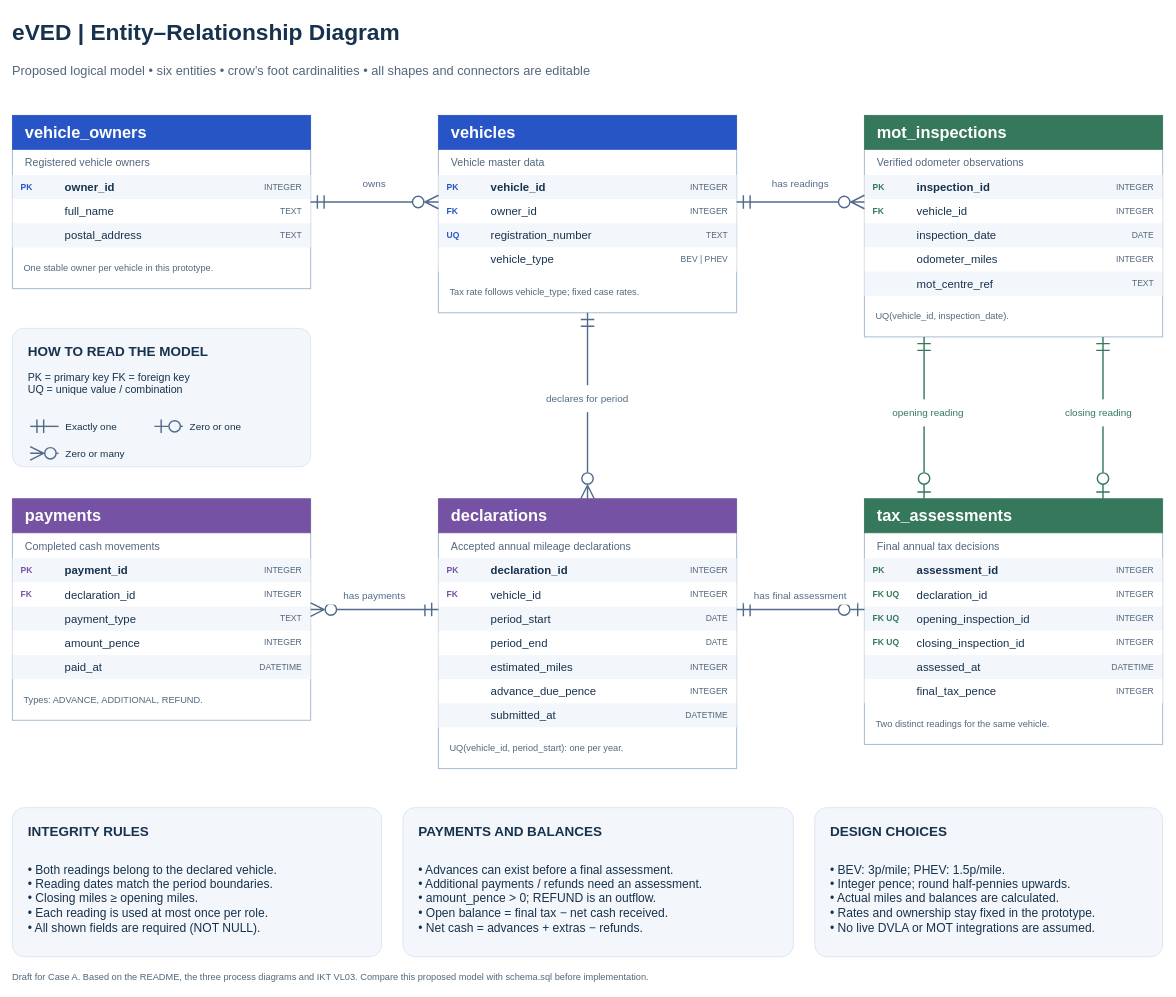
The draw.io diagram diagrams/er_diagram/eved_er_diagram.drawio in Mclement197/ikt-hsg-2026, before the edit. Source tidied: cells renumbered, new cells numbered last; positions are measured from the earlier drawing's top-left corner, leaving out a move shared by most shapes. Both pictures are drawn from the tidied source at 71%, with x=0, y=0 at pixel (12, 12).
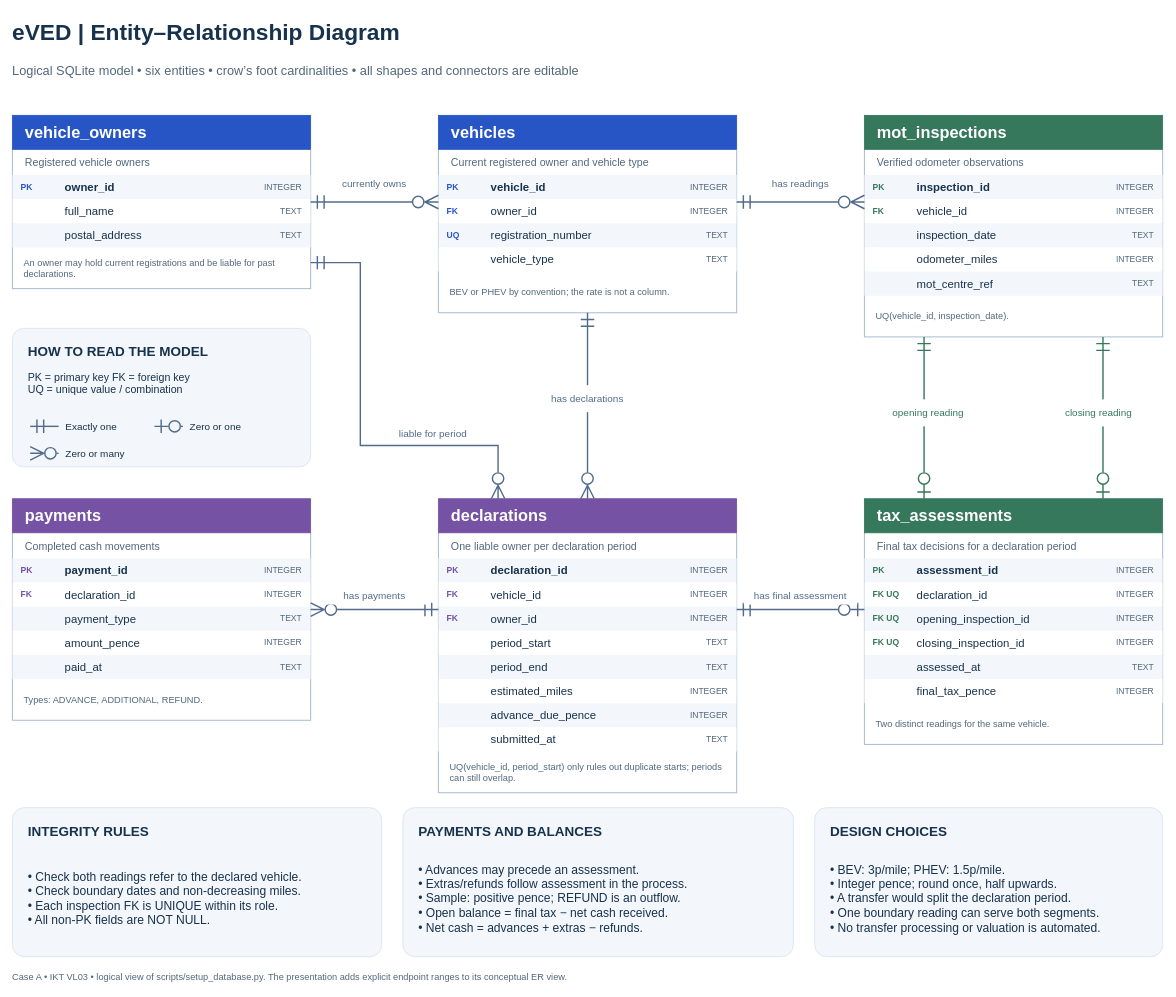
After the change.

Unchanged cells that the change refers to:
```xml
<mxCell id="6" style="group;" parent="1" vertex="1">
  <mxGeometry y="145" width="420" height="244" as="geometry" />
</mxCell>
<mxCell id="24" style="group;" parent="1" vertex="1">
  <mxGeometry x="600" y="145" width="420" height="278" as="geometry" />
</mxCell>
<mxCell id="46" style="group;" parent="1" vertex="1">
  <mxGeometry x="1200" y="145" width="420" height="312" as="geometry" />
</mxCell>
<mxCell id="72" style="group;" parent="1" vertex="1">
  <mxGeometry y="685" width="420" height="312" as="geometry" />
</mxCell>
<mxCell id="132" style="group;" parent="1" vertex="1">
  <mxGeometry x="1200" y="685" width="420" height="346" as="geometry" />
</mxCell>
```

What changed in the source:
```diff
@@
-    <mxCell id="23" value="One stable owner per vehicle in this prototype." style="text;html=0;whiteSpace=wrap;fontFamily=Arial;fontSize=13;fontColor=#52677C;align=left;verticalAlign=middle;spacing=0;strokeColor=none;fillColor=none;" parent="6" vertex="1">
+    <mxCell id="23" value="An owner may hold current registrations and be liable for past declarations." style="text;html=0;whiteSpace=wrap;fontFamily=Arial;fontSize=13;fontColor=#52677C;align=left;verticalAlign=middle;spacing=0;strokeColor=none;fillColor=none;" parent="6" vertex="1">
       <mxGeometry x="16" y="194" width="388" height="42" as="geometry" />
     </mxCell>
@@
-    <mxCell id="28" value="Vehicle master data" style="text;html=0;whiteSpace=wrap;fontFamily=Arial;fontSize=15;fontColor=#52677C;align=left;verticalAlign=middle;spacing=0;strokeColor=none;fillColor=none;" parent="24" vertex="1">
+    <mxCell id="28" value="Current registered owner and vehicle type" style="text;html=0;whiteSpace=wrap;fontFamily=Arial;fontSize=15;fontColor=#52677C;align=left;verticalAlign=middle;spacing=0;strokeColor=none;fillColor=none;" parent="24" vertex="1">
       <mxGeometry x="18" y="49" width="384" height="33" as="geometry" />
     </mxCell>
@@
-    <mxCell id="44" value="BEV | PHEV" style="text;html=0;whiteSpace=wrap;fontFamily=Arial;fontSize=12;fontColor=#52677C;align=right;verticalAlign=middle;spacing=0;strokeColor=none;fillColor=none;" parent="24" vertex="1">
+    <mxCell id="44" value="TEXT" style="text;html=0;whiteSpace=wrap;fontFamily=Arial;fontSize=12;fontColor=#52677C;align=right;verticalAlign=middle;spacing=0;strokeColor=none;fillColor=none;" parent="24" vertex="1">
       <mxGeometry x="317" y="188" width="91" height="30" as="geometry" />
     </mxCell>
-    <mxCell id="45" value="Tax rate follows vehicle_type; fixed case rates." style="text;html=0;whiteSpace=wrap;fontFamily=Arial;fontSize=13;fontColor=#52677C;align=left;verticalAlign=middle;spacing=0;strokeColor=none;fillColor=none;" parent="24" vertex="1">
+    <mxCell id="45" value="BEV or PHEV by convention; the rate is not a column." style="text;html=0;whiteSpace=wrap;fontFamily=Arial;fontSize=13;fontColor=#52677C;align=left;verticalAlign=middle;spacing=0;strokeColor=none;fillColor=none;" parent="24" vertex="1">
       <mxGeometry x="16" y="228" width="388" height="42" as="geometry" />
     </mxCell>
@@
-    <mxCell id="62" value="DATE" style="text;html=0;whiteSpace=wrap;fontFamily=Arial;fontSize=12;fontColor=#52677C;align=right;verticalAlign=middle;spacing=0;strokeColor=none;fillColor=none;" parent="46" vertex="1">
+    <mxCell id="62" value="TEXT" style="text;html=0;whiteSpace=wrap;fontFamily=Arial;fontSize=12;fontColor=#52677C;align=right;verticalAlign=middle;spacing=0;strokeColor=none;fillColor=none;" parent="46" vertex="1">
       <mxGeometry x="317" y="154" width="91" height="30" as="geometry" />
     </mxCell>
@@
-    <mxCell id="96" value="DATETIME" style="text;html=0;whiteSpace=wrap;fontFamily=Arial;fontSize=12;fontColor=#52677C;align=right;verticalAlign=middle;spacing=0;strokeColor=none;fillColor=none;" parent="72" vertex="1">
+    <mxCell id="96" value="TEXT" style="text;html=0;whiteSpace=wrap;fontFamily=Arial;fontSize=12;fontColor=#52677C;align=right;verticalAlign=middle;spacing=0;strokeColor=none;fillColor=none;" parent="72" vertex="1">
       <mxGeometry x="317" y="222" width="91" height="30" as="geometry" />
     </mxCell>
@@
     <mxCell id="98" style="group;" parent="1" vertex="1">
-      <mxGeometry x="600" y="685" width="420" height="380" as="geometry" />
+      <mxGeometry x="600" y="685" width="420" height="414" as="geometry" />
     </mxCell>
     <mxCell id="99" style="rounded=0;fillColor=#FFFFFF;strokeColor=#AEBFD3;strokeWidth=1.5;" parent="98" vertex="1">
-      <mxGeometry width="420" height="380" as="geometry" />
+      <mxGeometry width="420" height="414" as="geometry" />
     </mxCell>
@@
-    <mxCell id="102" value="Accepted annual mileage declarations" style="text;html=0;whiteSpace=wrap;fontFamily=Arial;fontSize=15;fontColor=#52677C;align=left;verticalAlign=middle;spacing=0;strokeColor=none;fillColor=none;" parent="98" vertex="1">
+    <mxCell id="102" value="One liable owner per declaration period" style="text;html=0;whiteSpace=wrap;fontFamily=Arial;fontSize=15;fontColor=#52677C;align=left;verticalAlign=middle;spacing=0;strokeColor=none;fillColor=none;" parent="98" vertex="1">
       <mxGeometry x="18" y="49" width="384" height="33" as="geometry" />
     </mxCell>
@@
-    <mxCell id="112" style="text;html=0;whiteSpace=wrap;fontFamily=Arial;fontSize=12;fontColor=#7652A4;align=left;verticalAlign=middle;spacing=0;strokeColor=none;fillColor=none;fontStyle=1;" parent="98" vertex="1">
+    <mxCell id="112" value="FK" style="text;html=0;whiteSpace=wrap;fontFamily=Arial;fontSize=12;fontColor=#7652A4;align=left;verticalAlign=middle;spacing=0;strokeColor=none;fillColor=none;fontStyle=1;" parent="98" vertex="1">
       <mxGeometry x="12" y="154" width="55" height="30" as="geometry" />
     </mxCell>
-    <mxCell id="113" value="period_start" style="text;html=0;whiteSpace=wrap;fontFamily=Arial;fontSize=16;fontColor=#17324D;align=left;verticalAlign=middle;spacing=0;strokeColor=none;fillColor=none;" parent="98" vertex="1">
+    <mxCell id="113" value="owner_id" style="text;html=0;whiteSpace=wrap;fontFamily=Arial;fontSize=16;fontColor=#17324D;align=left;verticalAlign=middle;spacing=0;strokeColor=none;fillColor=none;" parent="98" vertex="1">
       <mxGeometry x="74" y="154" width="239" height="30" as="geometry" />
     </mxCell>
-    <mxCell id="114" value="DATE" style="text;html=0;whiteSpace=wrap;fontFamily=Arial;fontSize=12;fontColor=#52677C;align=right;verticalAlign=middle;spacing=0;strokeColor=none;fillColor=none;" parent="98" vertex="1">
+    <mxCell id="114" value="INTEGER" style="text;html=0;whiteSpace=wrap;fontFamily=Arial;fontSize=12;fontColor=#52677C;align=right;verticalAlign=middle;spacing=0;strokeColor=none;fillColor=none;" parent="98" vertex="1">
       <mxGeometry x="317" y="154" width="91" height="30" as="geometry" />
     </mxCell>
@@
-    <mxCell id="117" value="period_end" style="text;html=0;whiteSpace=wrap;fontFamily=Arial;fontSize=16;fontColor=#17324D;align=left;verticalAlign=middle;spacing=0;strokeColor=none;fillColor=none;" parent="98" vertex="1">
+    <mxCell id="117" value="period_start" style="text;html=0;whiteSpace=wrap;fontFamily=Arial;fontSize=16;fontColor=#17324D;align=left;verticalAlign=middle;spacing=0;strokeColor=none;fillColor=none;" parent="98" vertex="1">
       <mxGeometry x="74" y="188" width="239" height="30" as="geometry" />
     </mxCell>
-    <mxCell id="118" value="DATE" style="text;html=0;whiteSpace=wrap;fontFamily=Arial;fontSize=12;fontColor=#52677C;align=right;verticalAlign=middle;spacing=0;strokeColor=none;fillColor=none;" parent="98" vertex="1">
+    <mxCell id="118" value="TEXT" style="text;html=0;whiteSpace=wrap;fontFamily=Arial;fontSize=12;fontColor=#52677C;align=right;verticalAlign=middle;spacing=0;strokeColor=none;fillColor=none;" parent="98" vertex="1">
       <mxGeometry x="317" y="188" width="91" height="30" as="geometry" />
     </mxCell>
@@
-    <mxCell id="121" value="estimated_miles" style="text;html=0;whiteSpace=wrap;fontFamily=Arial;fontSize=16;fontColor=#17324D;align=left;verticalAlign=middle;spacing=0;strokeColor=none;fillColor=none;" parent="98" vertex="1">
+    <mxCell id="121" value="period_end" style="text;html=0;whiteSpace=wrap;fontFamily=Arial;fontSize=16;fontColor=#17324D;align=left;verticalAlign=middle;spacing=0;strokeColor=none;fillColor=none;" parent="98" vertex="1">
       <mxGeometry x="74" y="222" width="239" height="30" as="geometry" />
     </mxCell>
-    <mxCell id="122" value="INTEGER" style="text;html=0;whiteSpace=wrap;fontFamily=Arial;fontSize=12;fontColor=#52677C;align=right;verticalAlign=middle;spacing=0;strokeColor=none;fillColor=none;" parent="98" vertex="1">
+    <mxCell id="122" value="TEXT" style="text;html=0;whiteSpace=wrap;fontFamily=Arial;fontSize=12;fontColor=#52677C;align=right;verticalAlign=middle;spacing=0;strokeColor=none;fillColor=none;" parent="98" vertex="1">
       <mxGeometry x="317" y="222" width="91" height="30" as="geometry" />
     </mxCell>
@@
-    <mxCell id="125" value="advance_due_pence" style="text;html=0;whiteSpace=wrap;fontFamily=Arial;fontSize=16;fontColor=#17324D;align=left;verticalAlign=middle;spacing=0;strokeColor=none;fillColor=none;" parent="98" vertex="1">
+    <mxCell id="125" value="estimated_miles" style="text;html=0;whiteSpace=wrap;fontFamily=Arial;fontSize=16;fontColor=#17324D;align=left;verticalAlign=middle;spacing=0;strokeColor=none;fillColor=none;" parent="98" vertex="1">
       <mxGeometry x="74" y="256" width="239" height="30" as="geometry" />
     </mxCell>
@@
-    <mxCell id="129" value="submitted_at" style="text;html=0;whiteSpace=wrap;fontFamily=Arial;fontSize=16;fontColor=#17324D;align=left;verticalAlign=middle;spacing=0;strokeColor=none;fillColor=none;" parent="98" vertex="1">
+    <mxCell id="129" value="advance_due_pence" style="text;html=0;whiteSpace=wrap;fontFamily=Arial;fontSize=16;fontColor=#17324D;align=left;verticalAlign=middle;spacing=0;strokeColor=none;fillColor=none;" parent="98" vertex="1">
       <mxGeometry x="74" y="290" width="239" height="30" as="geometry" />
     </mxCell>
-    <mxCell id="130" value="DATETIME" style="text;html=0;whiteSpace=wrap;fontFamily=Arial;fontSize=12;fontColor=#52677C;align=right;verticalAlign=middle;spacing=0;strokeColor=none;fillColor=none;" parent="98" vertex="1">
+    <mxCell id="130" value="INTEGER" style="text;html=0;whiteSpace=wrap;fontFamily=Arial;fontSize=12;fontColor=#52677C;align=right;verticalAlign=middle;spacing=0;strokeColor=none;fillColor=none;" parent="98" vertex="1">
       <mxGeometry x="317" y="290" width="91" height="30" as="geometry" />
     </mxCell>
+    <mxCell id="194" style="rounded=0;fillColor=#FFFFFF;strokeColor=none;" parent="98" vertex="1">
+      <mxGeometry y="322" width="420" height="34" as="geometry" />
+    </mxCell>
+    <mxCell id="195" style="text;html=0;whiteSpace=wrap;fontFamily=Arial;fontSize=12;fontColor=#7652A4;align=left;verticalAlign=middle;spacing=0;strokeColor=none;fillColor=none;fontStyle=1;" parent="98" vertex="1">
+      <mxGeometry x="12" y="324" width="55" height="30" as="geometry" />
+    </mxCell>
+    <mxCell id="196" value="submitted_at" style="text;html=0;whiteSpace=wrap;fontFamily=Arial;fontSize=16;fontColor=#17324D;align=left;verticalAlign=middle;spacing=0;strokeColor=none;fillColor=none;" parent="98" vertex="1">
+      <mxGeometry x="74" y="324" width="239" height="30" as="geometry" />
+    </mxCell>
+    <mxCell id="197" value="TEXT" style="text;html=0;whiteSpace=wrap;fontFamily=Arial;fontSize=12;fontColor=#52677C;align=right;verticalAlign=middle;spacing=0;strokeColor=none;fillColor=none;" parent="98" vertex="1">
+      <mxGeometry x="317" y="324" width="91" height="30" as="geometry" />
+    </mxCell>
-    <mxCell id="131" value="UQ(vehicle_id, period_start): one per year." style="text;html=0;whiteSpace=wrap;fontFamily=Arial;fontSize=13;fontColor=#52677C;align=left;verticalAlign=middle;spacing=0;strokeColor=none;fillColor=none;" parent="98" vertex="1">
-      <mxGeometry x="16" y="330" width="388" height="42" as="geometry" />
+    <mxCell id="131" value="UQ(vehicle_id, period_start) only rules out duplicate starts; periods can still overlap." style="text;html=0;whiteSpace=wrap;fontFamily=Arial;fontSize=13;fontColor=#52677C;align=left;verticalAlign=middle;spacing=0;strokeColor=none;fillColor=none;" parent="98" vertex="1">
+      <mxGeometry x="16" y="364" width="388" height="42" as="geometry" />
     </mxCell>
@@
-    <mxCell id="136" value="Final annual tax decisions" style="text;html=0;whiteSpace=wrap;fontFamily=Arial;fontSize=15;fontColor=#52677C;align=left;verticalAlign=middle;spacing=0;strokeColor=none;fillColor=none;" parent="132" vertex="1">
+    <mxCell id="136" value="Final tax decisions for a declaration period" style="text;html=0;whiteSpace=wrap;fontFamily=Arial;fontSize=15;fontColor=#52677C;align=left;verticalAlign=middle;spacing=0;strokeColor=none;fillColor=none;" parent="132" vertex="1">
       <mxGeometry x="18" y="49" width="384" height="33" as="geometry" />
     </mxCell>
@@
-    <mxCell id="156" value="DATETIME" style="text;html=0;whiteSpace=wrap;fontFamily=Arial;fontSize=12;fontColor=#52677C;align=right;verticalAlign=middle;spacing=0;strokeColor=none;fillColor=none;" parent="132" vertex="1">
+    <mxCell id="156" value="TEXT" style="text;html=0;whiteSpace=wrap;fontFamily=Arial;fontSize=12;fontColor=#52677C;align=right;verticalAlign=middle;spacing=0;strokeColor=none;fillColor=none;" parent="132" vertex="1">
       <mxGeometry x="317" y="222" width="91" height="30" as="geometry" />
     </mxCell>
@@
+    <mxCell id="198" style="edgeStyle=orthogonalEdgeStyle;rounded=0;html=0;strokeColor=#526B8A;strokeWidth=2;startArrow=ERmandOne;endArrow=ERzeroToMany;startFill=0;endFill=0;startSize=16;endSize=16;exitX=1;exitY=0.85;exitDx=0;exitDy=0;entryX=0.2;entryY=0;entryDx=0;entryDy=0;" parent="1" edge="1" source="6" target="98">
+      <mxGeometry relative="1" as="geometry">
+        <Array as="points">
+          <mxPoint x="490" y="352" />
+          <mxPoint x="490" y="610" />
+          <mxPoint x="684" y="610" />
+        </Array>
+      </mxGeometry>
+    </mxCell>
@@
-    <mxCell id="165" style="edgeStyle=orthogonalEdgeStyle;rounded=0;html=0;strokeColor=#526B8A;strokeWidth=2;startArrow=ERmandOne;endArrow=ERzeroToMany;startFill=0;endFill=0;startSize=16;endSize=16;exitX=0;exitY=0.4105263157894737;exitDx=0;exitDy=0;entryX=1;entryY=0.5;entryDx=0;entryDy=0;" parent="1" edge="1" source="98" target="72">
+    <mxCell id="165" style="edgeStyle=orthogonalEdgeStyle;rounded=0;html=0;strokeColor=#526B8A;strokeWidth=2;startArrow=ERmandOne;endArrow=ERzeroToMany;startFill=0;endFill=0;startSize=16;endSize=16;exitX=0;exitY=0.37681159;exitDx=0;exitDy=0;entryX=1;entryY=0.5;entryDx=0;entryDy=0;" parent="1" edge="1" source="98" target="72">
       <mxGeometry relative="1" as="geometry" />
     </mxCell>
-    <mxCell id="166" style="edgeStyle=orthogonalEdgeStyle;rounded=0;html=0;strokeColor=#526B8A;strokeWidth=2;startArrow=ERmandOne;endArrow=ERzeroToOne;startFill=0;endFill=0;startSize=16;endSize=16;exitX=1;exitY=0.4105263157894737;exitDx=0;exitDy=0;entryX=0;entryY=0.4508670520231214;entryDx=0;entryDy=0;" parent="1" edge="1" source="98" target="132">
+    <mxCell id="166" style="edgeStyle=orthogonalEdgeStyle;rounded=0;html=0;strokeColor=#526B8A;strokeWidth=2;startArrow=ERmandOne;endArrow=ERzeroToOne;startFill=0;endFill=0;startSize=16;endSize=16;exitX=1;exitY=0.37681159;exitDx=0;exitDy=0;entryX=0;entryY=0.4508670520231214;entryDx=0;entryDy=0;" parent="1" edge="1" source="98" target="132">
       <mxGeometry relative="1" as="geometry" />
     </mxCell>
@@
-    <mxCell id="170" value="Proposed logical model • six entities • crow’s foot cardinalities • all shapes and connectors are editable" style="text;html=0;whiteSpace=wrap;fontFamily=Arial;fontSize=18;fontColor=#52677C;align=left;verticalAlign=middle;spacing=0;strokeColor=none;fillColor=none;" parent="1" vertex="1">
+    <mxCell id="170" value="Logical SQLite model • six entities • crow’s foot cardinalities • all shapes and connectors are editable" style="text;html=0;whiteSpace=wrap;fontFamily=Arial;fontSize=18;fontColor=#52677C;align=left;verticalAlign=middle;spacing=0;strokeColor=none;fillColor=none;" parent="1" vertex="1">
       <mxGeometry y="65" width="1620" height="35" as="geometry" />
     </mxCell>
@@
-    <mxCell id="178" value="• Both readings belong to the declared vehicle.&#10;• Reading dates match the period boundaries.&#10;• Closing miles ≥ opening miles.&#10;• Each reading is used at most once per role.&#10;• All shown fields are required (NOT NULL)." style="text;html=0;whiteSpace=wrap;fontFamily=Arial;fontSize=17;fontColor=#17324D;align=left;verticalAlign=middle;spacing=0;strokeColor=none;fillColor=none;" parent="1" vertex="1">
+    <mxCell id="178" value="• Check both readings refer to the declared vehicle.&#10;• Check boundary dates and non-decreasing miles.&#10;• Each inspection FK is UNIQUE within its role.&#10;• All non-PK fields are NOT NULL." style="text;html=0;whiteSpace=wrap;fontFamily=Arial;fontSize=17;fontColor=#17324D;align=left;verticalAlign=middle;spacing=0;strokeColor=none;fillColor=none;" parent="1" vertex="1">
       <mxGeometry x="22" y="1186" width="476" height="126" as="geometry" />
     </mxCell>
@@
-    <mxCell id="180" value="• Advances can exist before a final assessment.&#10;• Additional payments / refunds need an assessment.&#10;• amount_pence &gt; 0; REFUND is an outflow.&#10;• Open balance = final tax − net cash received.&#10;• Net cash = advances + extras − refunds." style="text;html=0;whiteSpace=wrap;fontFamily=Arial;fontSize=17;fontColor=#17324D;align=left;verticalAlign=middle;spacing=0;strokeColor=none;fillColor=none;" parent="1" vertex="1">
+    <mxCell id="180" value="• Advances may precede an assessment.&#10;• Extras/refunds follow assessment in the process.&#10;• Sample: positive pence; REFUND is an outflow.&#10;• Open balance = final tax − net cash received.&#10;• Net cash = advances + extras − refunds." style="text;html=0;whiteSpace=wrap;fontFamily=Arial;fontSize=17;fontColor=#17324D;align=left;verticalAlign=middle;spacing=0;strokeColor=none;fillColor=none;" parent="1" vertex="1">
       <mxGeometry x="572" y="1186" width="506" height="126" as="geometry" />
     </mxCell>
@@
-    <mxCell id="182" value="• BEV: 3p/mile; PHEV: 1.5p/mile.&#10;• Integer pence; round half-pennies upwards.&#10;• Actual miles and balances are calculated.&#10;• Rates and ownership stay fixed in the prototype.&#10;• No live DVLA or MOT integrations are assumed." style="text;html=0;whiteSpace=wrap;fontFamily=Arial;fontSize=17;fontColor=#17324D;align=left;verticalAlign=middle;spacing=0;strokeColor=none;fillColor=none;" parent="1" vertex="1">
+    <mxCell id="182" value="• BEV: 3p/mile; PHEV: 1.5p/mile.&#10;• Integer pence; round once, half upwards.&#10;• A transfer would split the declaration period.&#10;• One boundary reading can serve both segments.&#10;• No transfer processing or valuation is automated." style="text;html=0;whiteSpace=wrap;fontFamily=Arial;fontSize=17;fontColor=#17324D;align=left;verticalAlign=middle;spacing=0;strokeColor=none;fillColor=none;" parent="1" vertex="1">
       <mxGeometry x="1152" y="1186" width="446" height="126" as="geometry" />
     </mxCell>
-    <mxCell id="183" value="Draft for Case A. Based on the README, the three process diagrams and IKT VL03. Compare this proposed model with schema.sql before implementation." style="text;html=0;whiteSpace=wrap;fontFamily=Arial;fontSize=13;fontColor=#52677C;align=left;verticalAlign=middle;spacing=0;strokeColor=none;fillColor=none;" parent="1" vertex="1">
+    <mxCell id="183" value="Case A • IKT VL03 • logical view of scripts/setup_database.py. The presentation adds explicit endpoint ranges to its conceptual ER view." style="text;html=0;whiteSpace=wrap;fontFamily=Arial;fontSize=13;fontColor=#52677C;align=left;verticalAlign=middle;spacing=0;strokeColor=none;fillColor=none;" parent="1" vertex="1">
       <mxGeometry y="1345" width="1620" height="25" as="geometry" />
     </mxCell>
-    <mxCell id="184" value="owns" style="text;html=0;whiteSpace=wrap;fontFamily=Arial;fontSize=14;fontColor=#526B8A;align=center;verticalAlign=middle;spacing=0;strokeColor=none;fillColor=#FFFFFF;" parent="1" vertex="1">
+    <mxCell id="184" value="currently owns" style="text;html=0;whiteSpace=wrap;fontFamily=Arial;fontSize=14;fontColor=#526B8A;align=center;verticalAlign=middle;spacing=0;strokeColor=none;fillColor=#FFFFFF;" parent="1" vertex="1">
       <mxGeometry x="440" y="230" width="140" height="24" as="geometry" />
     </mxCell>
@@
+    <mxCell id="199" value="liable for period" style="text;html=0;whiteSpace=wrap;fontFamily=Arial;fontSize=14;fontColor=#526B8A;align=center;verticalAlign=middle;spacing=0;strokeColor=none;fillColor=#FFFFFF;" parent="1" vertex="1">
+      <mxGeometry x="515" y="582" width="155" height="24" as="geometry" />
+    </mxCell>
-    <mxCell id="186" value="declares for period" style="text;html=0;whiteSpace=wrap;fontFamily=Arial;fontSize=14;fontColor=#526B8A;align=center;verticalAlign=middle;spacing=0;strokeColor=none;fillColor=#FFFFFF;" parent="1" vertex="1">
+    <mxCell id="186" value="has declarations" style="text;html=0;whiteSpace=wrap;fontFamily=Arial;fontSize=14;fontColor=#526B8A;align=center;verticalAlign=middle;spacing=0;strokeColor=none;fillColor=#FFFFFF;" parent="1" vertex="1">
       <mxGeometry x="705" y="525" width="210" height="38" as="geometry" />
     </mxCell>
```
